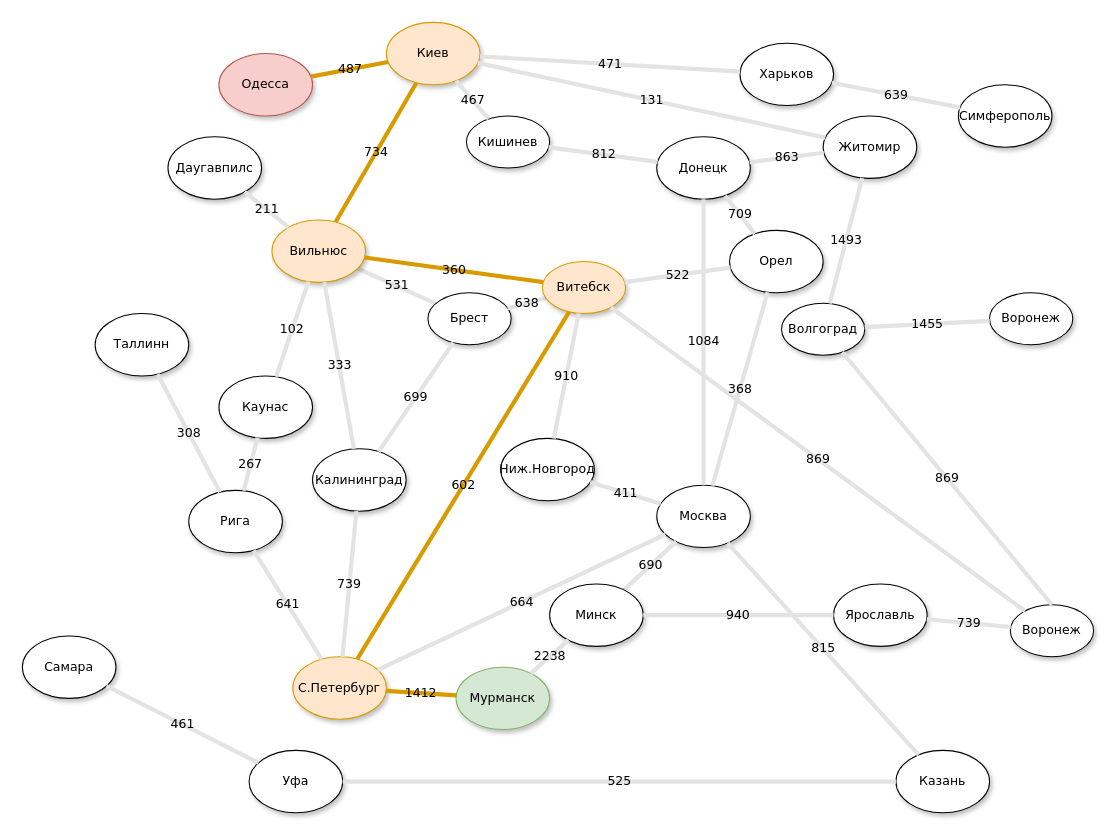
Maybenex1ime/AI_System_ITMO keeps this draw.io diagram as Lab2/lab2.drawio. Above is the earlier version. Source tidied: cells renumbered, new cells numbered last; positions are measured from the earlier drawing's top-left corner, leaving out a move shared by most shapes. Both pictures are drawn from the tidied source at 104%, with x=0, y=0 at pixel (22, 22).
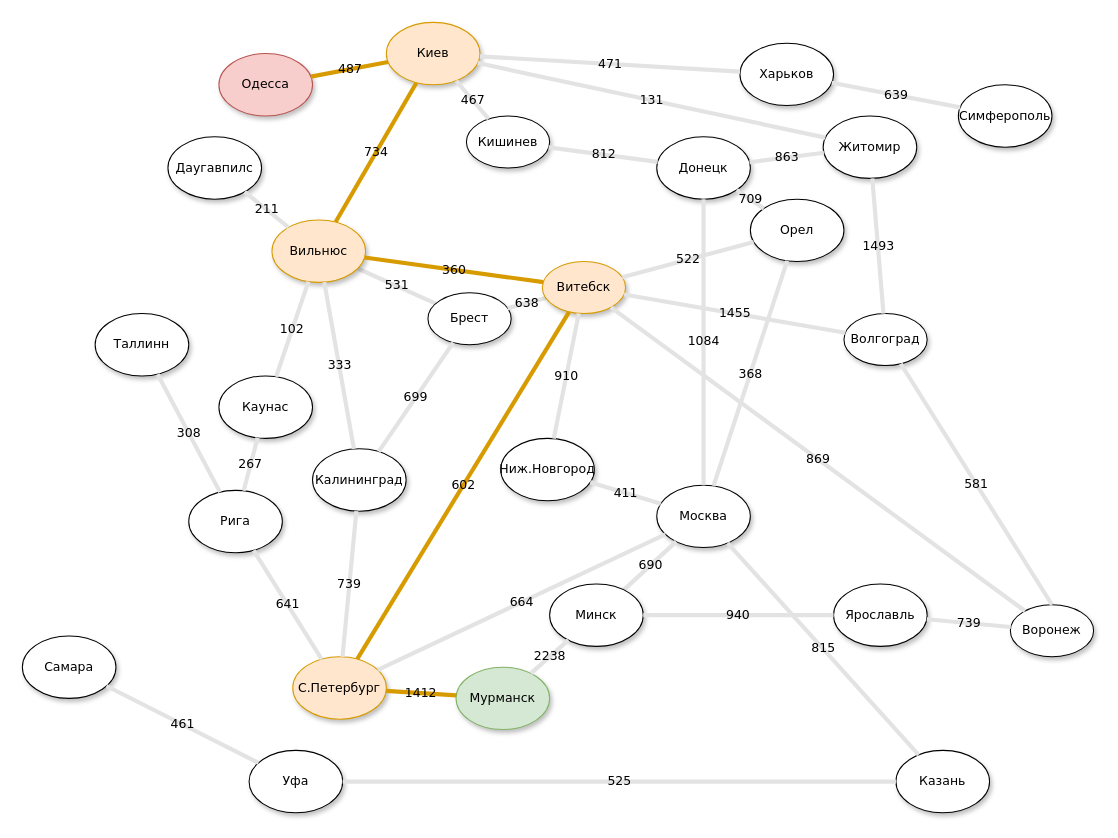
Above is the later version.

Unchanged cells that the change refers to:
```xml
<mxCell id="6" value="Витебск" style="ellipse;whiteSpace=wrap;html=1;rounded=0;shadow=1;comic=0;labelBackgroundColor=none;strokeWidth=1;fontFamily=Verdana;fontSize=12;align=center;fillColor=#ffe6cc;strokeColor=#d79b00;" parent="1" vertex="1">
  <mxGeometry x="500" y="230" width="80" height="50" as="geometry" />
</mxCell>
<mxCell id="8" value="Воронеж" style="ellipse;whiteSpace=wrap;html=1;rounded=0;shadow=1;comic=0;labelBackgroundColor=none;strokeWidth=1;fontFamily=Verdana;fontSize=12;align=center;" parent="1" vertex="1">
  <mxGeometry x="950" y="560" width="80" height="50" as="geometry" />
</mxCell>
```

Diff of the diagram source:
```diff
@@
     <mxCell id="10" value="Волгоград" style="ellipse;whiteSpace=wrap;html=1;rounded=0;shadow=1;comic=0;labelBackgroundColor=none;strokeWidth=1;fontFamily=Verdana;fontSize=12;align=center;" parent="1" vertex="1">
-      <mxGeometry x="730" y="270" width="80" height="50" as="geometry" />
+      <mxGeometry x="790" y="280" width="80" height="50" as="geometry" />
     </mxCell>
-    <mxCell id="11" value="869" style="edgeStyle=none;rounded=0;html=1;labelBackgroundColor=none;startArrow=none;startFill=0;startSize=5;endArrow=none;endFill=0;endSize=5;jettySize=auto;strokeColor=#E3E3E3;strokeWidth=4;fontFamily=Verdana;fontSize=12;exitX=0.5;exitY=0;exitDx=0;exitDy=0;noEdgeStyle=1;" parent="1" edge="1" source="8" target="10">
+    <mxCell id="11" value="581" style="edgeStyle=none;rounded=0;html=1;labelBackgroundColor=none;startArrow=none;startFill=0;startSize=5;endArrow=none;endFill=0;endSize=5;jettySize=auto;strokeColor=#E3E3E3;strokeWidth=4;fontFamily=Verdana;fontSize=12;exitX=0.5;exitY=0;exitDx=0;exitDy=0;noEdgeStyle=1;" parent="1" edge="1" source="8" target="10">
       <mxGeometry relative="1" as="geometry" />
     </mxCell>
-    <mxCell id="12" value="Воронеж" style="ellipse;whiteSpace=wrap;html=1;rounded=0;shadow=1;comic=0;labelBackgroundColor=none;strokeWidth=1;fontFamily=Verdana;fontSize=12;align=center;" parent="1" vertex="1">
-      <mxGeometry x="930" y="260" width="80" height="50" as="geometry" />
-    </mxCell>
-    <mxCell id="13" value="1455" style="edgeStyle=none;rounded=0;html=1;labelBackgroundColor=none;startArrow=none;startFill=0;startSize=5;endArrow=none;endFill=0;endSize=5;jettySize=auto;strokeColor=#E3E3E3;strokeWidth=4;fontFamily=Verdana;fontSize=12;noEdgeStyle=1;" parent="1" edge="1" source="10" target="12">
+    <mxCell id="13" value="1455" style="edgeStyle=none;rounded=0;html=1;labelBackgroundColor=none;startArrow=none;startFill=0;startSize=5;endArrow=none;endFill=0;endSize=5;jettySize=auto;strokeColor=#E3E3E3;strokeWidth=4;fontFamily=Verdana;fontSize=12;noEdgeStyle=1;" parent="1" edge="1" source="10" target="6">
       <mxGeometry relative="1" as="geometry" />
     </mxCell>
@@
     <mxCell id="49" value="Орел" style="ellipse;whiteSpace=wrap;html=1;rounded=0;shadow=1;comic=0;labelBackgroundColor=none;strokeWidth=1;fontFamily=Verdana;fontSize=12;align=center;" parent="1" vertex="1">
-      <mxGeometry x="680" y="200" width="90" height="60" as="geometry" />
+      <mxGeometry x="700" y="170" width="90" height="60" as="geometry" />
     </mxCell>
```
